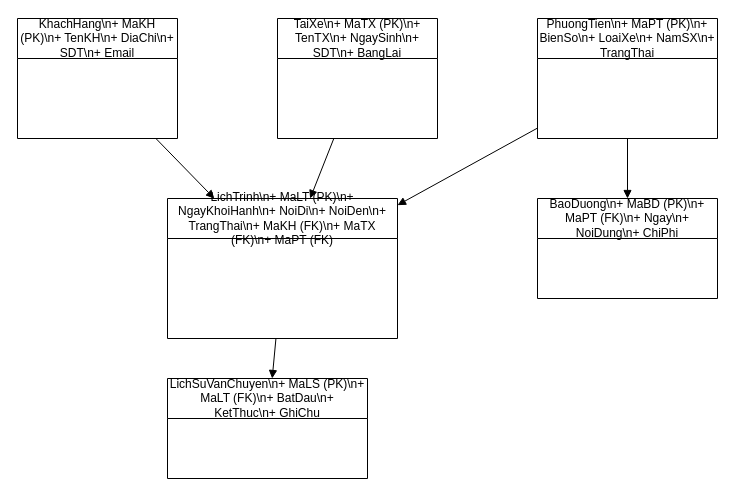
Earlier version of the draw.io diagram Biểu đồ không có tiêu đề.drawio (Thuanvuse/ALiBaBoXu). Source tidied: cells renumbered, new cells numbered last; positions are measured from the earlier drawing's top-left corner, leaving out a move shared by most shapes. Both pictures are drawn from the tidied source at 100%, with x=0, y=0 at pixel (17, 18).
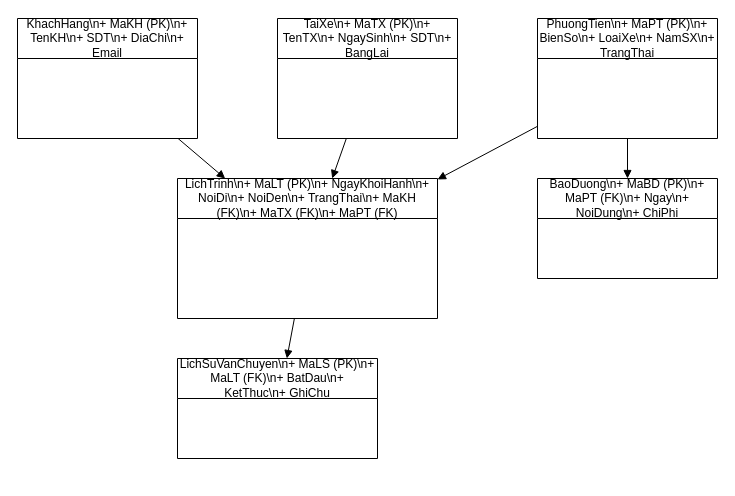
Above is the later version.

Diff of the diagram source:
```diff
@@
 <mxGraphModel>
   <root>
     <mxCell id="0" />
     <mxCell id="1" parent="0" />
-    <mxCell id="2" value="KhachHang\n+ MaKH (PK)\n+ TenKH\n+ DiaChi\n+ SDT\n+ Email" style="shape=swimlane;whiteSpace=wrap;html=1;" parent="1" vertex="1">
-      <mxGeometry width="160" height="120" as="geometry" />
+    <mxCell id="2" value="KhachHang\n+ MaKH (PK)\n+ TenKH\n+ SDT\n+ DiaChi\n+ Email" style="shape=swimlane;whiteSpace=wrap;html=1;" parent="1" vertex="1">
+      <mxGeometry width="180" height="120" as="geometry" />
     </mxCell>
     <mxCell id="3" value="TaiXe\n+ MaTX (PK)\n+ TenTX\n+ NgaySinh\n+ SDT\n+ BangLai" style="shape=swimlane;whiteSpace=wrap;html=1;" parent="1" vertex="1">
-      <mxGeometry x="260" width="160" height="120" as="geometry" />
+      <mxGeometry x="260" width="180" height="120" as="geometry" />
     </mxCell>
     <mxCell id="4" value="PhuongTien\n+ MaPT (PK)\n+ BienSo\n+ LoaiXe\n+ NamSX\n+ TrangThai" style="shape=swimlane;whiteSpace=wrap;html=1;" parent="1" vertex="1">
       <mxGeometry x="520" width="180" height="120" as="geometry" />
     </mxCell>
     <mxCell id="5" value="LichTrinh\n+ MaLT (PK)\n+ NgayKhoiHanh\n+ NoiDi\n+ NoiDen\n+ TrangThai\n+ MaKH (FK)\n+ MaTX (FK)\n+ MaPT (FK)" style="shape=swimlane;whiteSpace=wrap;html=1;" parent="1" vertex="1">
-      <mxGeometry x="150" y="180" width="230" height="140" as="geometry" />
+      <mxGeometry x="160" y="160" width="260" height="140" as="geometry" />
     </mxCell>
     <mxCell id="6" value="LichSuVanChuyen\n+ MaLS (PK)\n+ MaLT (FK)\n+ BatDau\n+ KetThuc\n+ GhiChu" style="shape=swimlane;whiteSpace=wrap;html=1;" parent="1" vertex="1">
-      <mxGeometry x="150" y="360" width="200" height="100" as="geometry" />
+      <mxGeometry x="160" y="340" width="200" height="100" as="geometry" />
     </mxCell>
     <mxCell id="7" value="BaoDuong\n+ MaBD (PK)\n+ MaPT (FK)\n+ Ngay\n+ NoiDung\n+ ChiPhi" style="shape=swimlane;whiteSpace=wrap;html=1;" parent="1" vertex="1">
-      <mxGeometry x="520" y="180" width="180" height="100" as="geometry" />
+      <mxGeometry x="520" y="160" width="180" height="100" as="geometry" />
     </mxCell>
     <mxCell id="8" style="endArrow=block;html=1;" parent="1" edge="1" source="2" target="5">
       <mxGeometry relative="1" as="geometry" />
     </mxCell>
     <mxCell id="9" style="endArrow=block;html=1;" parent="1" edge="1" source="3" target="5">
       <mxGeometry relative="1" as="geometry" />
     </mxCell>
     <mxCell id="10" style="endArrow=block;html=1;" parent="1" edge="1" source="4" target="5">
       <mxGeometry relative="1" as="geometry" />
     </mxCell>
     <mxCell id="11" style="endArrow=block;html=1;" parent="1" edge="1" source="5" target="6">
       <mxGeometry relative="1" as="geometry" />
     </mxCell>
     <mxCell id="12" style="endArrow=block;html=1;" parent="1" edge="1" source="4" target="7">
       <mxGeometry relative="1" as="geometry" />
     </mxCell>
   </root>
 </mxGraphModel>
```
